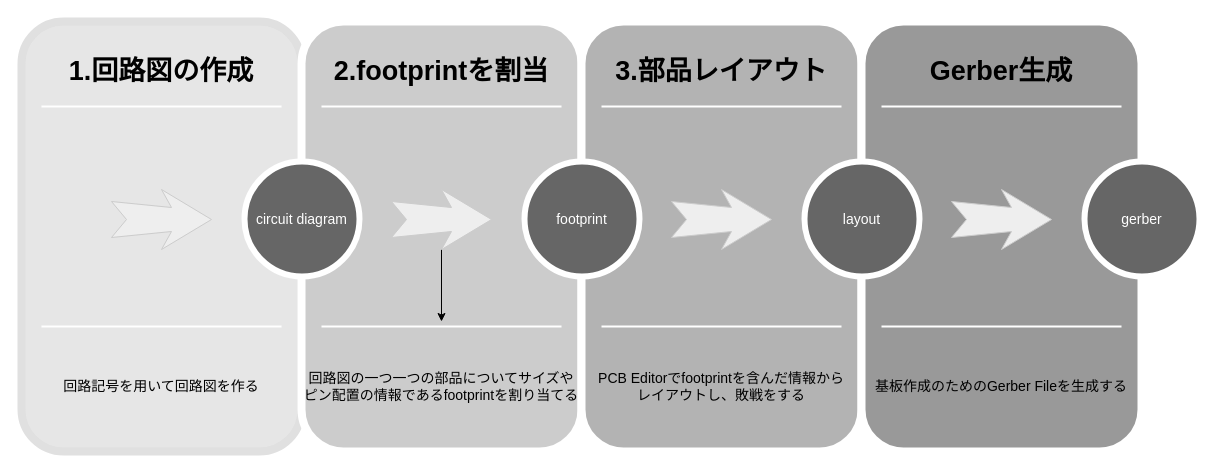
This is images/KiCAD7.drawio from etalli/HOWTO, a draw.io file, before an edit. Source tidied: cells renumbered, new cells numbered last; positions are measured from the earlier drawing's top-left corner, leaving out a move shared by most shapes. Both pictures are drawn from the tidied source at 100%, with x=0, y=0 at pixel (21, 21).
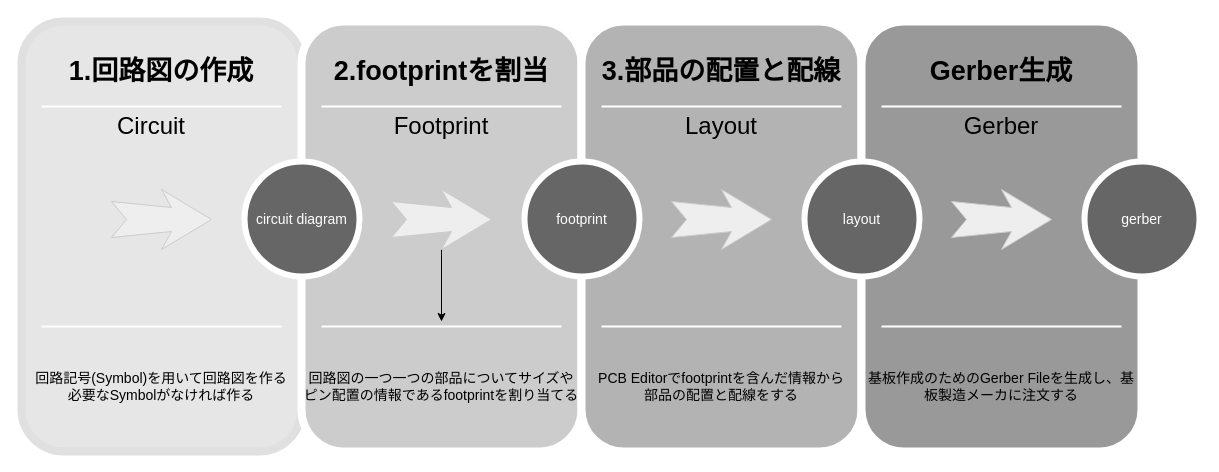
The same diagram, later.

Change to the diagram source:
```diff
@@
-    <mxCell id="4" value="回路記号を用いて回路図を作る" style="text;html=1;strokeColor=none;fillColor=none;align=center;verticalAlign=middle;whiteSpace=wrap;rounded=0;shadow=0;fontSize=14;fontColor=#000000;" parent="1" vertex="1">
+    <mxCell id="4" value="回路記号(Symbol)を用いて回路図を作る&lt;br&gt;必要なSymbolがなければ作る" style="text;html=1;strokeColor=none;fillColor=none;align=center;verticalAlign=middle;whiteSpace=wrap;rounded=0;shadow=0;fontSize=14;fontColor=#000000;" parent="1" vertex="1">
       <mxGeometry y="320" width="280" height="90" as="geometry" />
     </mxCell>
@@
-    <mxCell id="17" value="3.部品レイアウト" style="text;html=1;strokeColor=none;fillColor=none;align=center;verticalAlign=middle;whiteSpace=wrap;rounded=0;shadow=0;fontSize=27;fontColor=#000000;fontStyle=1;" parent="1" vertex="1">
+    <mxCell id="17" value="3.部品の配置と配線" style="text;html=1;strokeColor=none;fillColor=none;align=center;verticalAlign=middle;whiteSpace=wrap;rounded=0;shadow=0;fontSize=27;fontColor=#000000;fontStyle=1;" parent="1" vertex="1">
       <mxGeometry x="560" y="20" width="280" height="60" as="geometry" />
     </mxCell>
-    <mxCell id="18" value="PCB Editorでfootprintを含んだ情報から&lt;br&gt;レイアウトし、敗戦をする" style="text;html=1;strokeColor=none;fillColor=none;align=center;verticalAlign=middle;whiteSpace=wrap;rounded=0;shadow=0;fontSize=14;fontColor=#000000;" parent="1" vertex="1">
+    <mxCell id="18" value="PCB Editorでfootprintを含んだ情報から&lt;br&gt;部品の配置と配線をする" style="text;html=1;strokeColor=none;fillColor=none;align=center;verticalAlign=middle;whiteSpace=wrap;rounded=0;shadow=0;fontSize=14;fontColor=#000000;" parent="1" vertex="1">
       <mxGeometry x="560" y="320" width="280" height="90" as="geometry" />
     </mxCell>
@@
-    <mxCell id="25" value="基板作成のためのGerber Fileを生成する" style="text;html=1;strokeColor=none;fillColor=none;align=center;verticalAlign=middle;whiteSpace=wrap;rounded=0;shadow=0;fontSize=14;fontColor=#000000;" parent="1" vertex="1">
+    <mxCell id="25" value="基板作成のためのGerber Fileを生成し、基板製造メーカに注文する" style="text;html=1;strokeColor=none;fillColor=none;align=center;verticalAlign=middle;whiteSpace=wrap;rounded=0;shadow=0;fontSize=14;fontColor=#000000;" parent="1" vertex="1">
       <mxGeometry x="840" y="320" width="280" height="90" as="geometry" />
     </mxCell>
@@
+    <mxCell id="31" value="Circuit" style="text;html=1;strokeColor=none;fillColor=none;align=center;verticalAlign=middle;whiteSpace=wrap;rounded=0;fontSize=24;" parent="1" vertex="1">
+      <mxGeometry x="100" y="90" width="60" height="30" as="geometry" />
+    </mxCell>
+    <mxCell id="32" value="Layout" style="text;html=1;strokeColor=none;fillColor=none;align=center;verticalAlign=middle;whiteSpace=wrap;rounded=0;fontSize=24;" parent="1" vertex="1">
+      <mxGeometry x="670" y="90" width="60" height="30" as="geometry" />
+    </mxCell>
+    <mxCell id="33" value="Footprint" style="text;html=1;strokeColor=none;fillColor=none;align=center;verticalAlign=middle;whiteSpace=wrap;rounded=0;fontSize=24;" parent="1" vertex="1">
+      <mxGeometry x="390" y="90" width="60" height="30" as="geometry" />
+    </mxCell>
+    <mxCell id="34" value="Gerber" style="text;html=1;strokeColor=none;fillColor=none;align=center;verticalAlign=middle;whiteSpace=wrap;rounded=0;fontSize=24;" parent="1" vertex="1">
+      <mxGeometry x="950" y="90" width="60" height="30" as="geometry" />
+    </mxCell>
```
